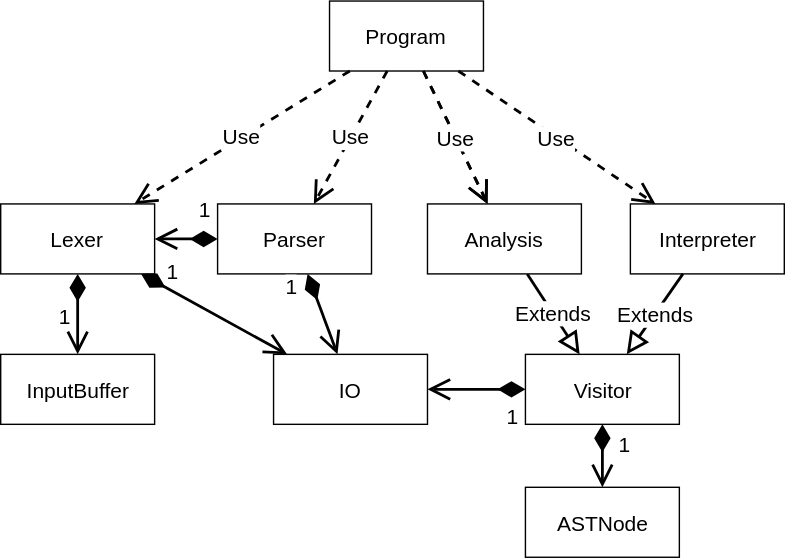
This is documents/Architecture.svg from Rochet2/compilers, a draw.io export, as it was before one commit. Source tidied: cells renumbered, new cells last; positions are measured from the earlier drawing's top-left corner, leaving out a move shared by most shapes. Source of this version:
```xml
<mxGraphModel background="#ffffff">
  <root>
    <mxCell id="0" />
    <mxCell id="1" parent="0" />
    <mxCell id="2" value="ASTNode" style="html=1;glass=0;fontSize=15;align=center;" parent="1" vertex="1">
      <mxGeometry x="375" y="347.5" width="110" height="50" as="geometry" />
    </mxCell>
    <mxCell id="3" value="Interpreter&lt;br&gt;" style="html=1;glass=0;fontSize=15;align=center;" parent="1" vertex="1">
      <mxGeometry x="450" y="145" width="110" height="50" as="geometry" />
    </mxCell>
    <mxCell id="4" value="IO&lt;br&gt;" style="html=1;glass=0;fontSize=15;align=center;" parent="1" vertex="1">
      <mxGeometry x="195" y="252.5" width="110" height="50" as="geometry" />
    </mxCell>
    <mxCell id="5" value="InputBuffer&lt;br&gt;" style="html=1;glass=0;fontSize=15;align=center;" parent="1" vertex="1">
      <mxGeometry y="252.5" width="110" height="50" as="geometry" />
    </mxCell>
    <mxCell id="6" value="Lexer&lt;br&gt;" style="html=1;glass=0;fontSize=15;align=center;" parent="1" vertex="1">
      <mxGeometry y="145" width="110" height="50" as="geometry" />
    </mxCell>
    <mxCell id="7" value="Parser&lt;br&gt;" style="html=1;glass=0;fontSize=15;align=center;" parent="1" vertex="1">
      <mxGeometry x="155" y="145" width="110" height="50" as="geometry" />
    </mxCell>
    <mxCell id="8" value="Visitor&lt;br&gt;" style="html=1;glass=0;fontSize=15;align=center;" parent="1" vertex="1">
      <mxGeometry x="375" y="252.5" width="110" height="50" as="geometry" />
    </mxCell>
    <mxCell id="9" value="Program&lt;br&gt;" style="html=1;glass=0;fontSize=15;align=center;" parent="1" vertex="1">
      <mxGeometry x="235" width="110" height="50" as="geometry" />
    </mxCell>
    <mxCell id="10" value="Extends" style="endArrow=block;endSize=11;endFill=0;html=1;strokeWidth=2;fontSize=15;" parent="1" edge="1" source="22" target="8">
      <mxGeometry relative="1" as="geometry" />
    </mxCell>
    <mxCell id="11" value="Extends" style="endArrow=block;endSize=11;endFill=0;html=1;strokeWidth=2;fontSize=15;" parent="1" edge="1" source="3" target="8">
      <mxGeometry relative="1" as="geometry" />
    </mxCell>
    <mxCell id="12" value="1" style="endArrow=open;html=1;endSize=12;startArrow=diamondThin;startSize=14;startFill=1;align=left;verticalAlign=bottom;strokeWidth=2;fontSize=15;" parent="1" edge="1" source="8" target="4">
      <mxGeometry x="-0.57" y="30" relative="1" as="geometry" />
    </mxCell>
    <mxCell id="13" value="1" style="endArrow=open;html=1;endSize=12;startArrow=diamondThin;startSize=14;startFill=1;align=left;verticalAlign=bottom;strokeWidth=2;fontSize=15;" parent="1" edge="1" source="8" target="2">
      <mxGeometry x="0.11" y="10" relative="1" as="geometry" />
    </mxCell>
    <mxCell id="14" value="1" style="endArrow=open;html=1;endSize=12;startArrow=diamondThin;startSize=14;startFill=1;align=left;verticalAlign=bottom;strokeWidth=2;fontSize=15;" parent="1" edge="1" source="6" target="4">
      <mxGeometry x="-0.67" relative="1" as="geometry" />
    </mxCell>
    <mxCell id="15" value="1" style="endArrow=open;html=1;endSize=12;startArrow=diamondThin;startSize=14;startFill=1;align=left;verticalAlign=bottom;strokeWidth=2;fontSize=15;" parent="1" edge="1" source="6" target="5">
      <mxGeometry x="0.43" y="-15" relative="1" as="geometry" />
    </mxCell>
    <mxCell id="16" value="1" style="endArrow=open;html=1;endSize=12;startArrow=diamondThin;startSize=14;startFill=1;align=left;verticalAlign=bottom;strokeWidth=2;fontSize=15;" parent="1" edge="1" source="7" target="4">
      <mxGeometry x="-0.59" y="-23" relative="1" as="geometry" />
    </mxCell>
    <mxCell id="17" value="1" style="endArrow=open;html=1;endSize=12;startArrow=diamondThin;startSize=14;startFill=1;align=left;verticalAlign=bottom;strokeWidth=2;fontSize=15;" parent="1" edge="1" source="7" target="6">
      <mxGeometry x="-0.33" y="-10" relative="1" as="geometry" />
    </mxCell>
    <mxCell id="18" value="Use" style="endArrow=open;endSize=12;dashed=1;html=1;strokeWidth=2;fontSize=15;" parent="1" edge="1" source="9" target="6">
      <mxGeometry relative="1" as="geometry" />
    </mxCell>
    <mxCell id="19" value="Use" style="endArrow=open;endSize=12;dashed=1;html=1;strokeWidth=2;fontSize=15;" parent="1" edge="1" source="9" target="7">
      <mxGeometry relative="1" as="geometry" />
    </mxCell>
    <mxCell id="20" value="Use" style="endArrow=open;endSize=12;dashed=1;html=1;strokeWidth=2;fontSize=15;" parent="1" edge="1" source="9" target="22">
      <mxGeometry relative="1" as="geometry" />
    </mxCell>
    <mxCell id="21" value="Use" style="endArrow=open;endSize=12;dashed=1;html=1;strokeWidth=2;fontSize=15;" parent="1" edge="1" source="9" target="3">
      <mxGeometry relative="1" as="geometry" />
    </mxCell>
    <mxCell id="22" value="Analysis" style="html=1;glass=0;fontSize=15;align=center;" parent="1" vertex="1">
      <mxGeometry x="305" y="145" width="110" height="50" as="geometry" />
    </mxCell>
    <mxCell id="23" value="Use" style="endArrow=open;endSize=12;dashed=1;html=1;strokeWidth=2;fontSize=15;" parent="1" edge="1" source="9" target="22">
      <mxGeometry relative="1" as="geometry" />
    </mxCell>
  </root>
</mxGraphModel>
```
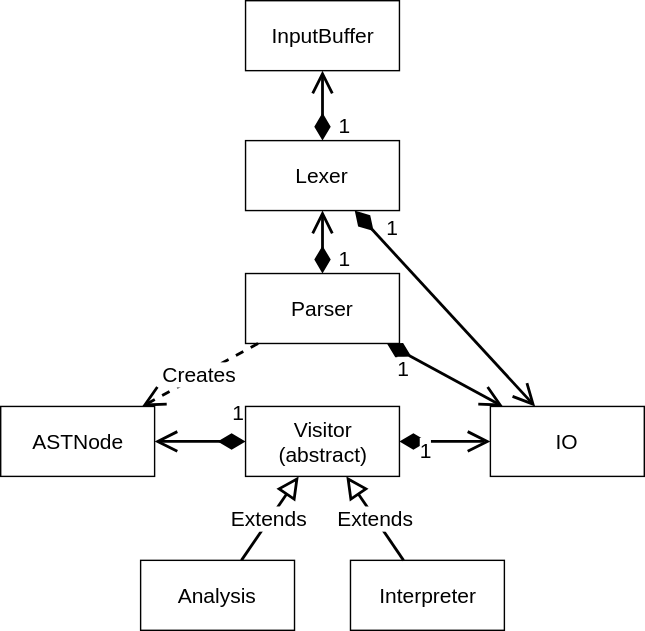
The same file after the commit.

Change to the diagram source:
```diff
@@ -3,29 +3,26 @@
     <mxCell id="0" />
     <mxCell id="1" parent="0" />
     <mxCell id="2" value="ASTNode" style="html=1;glass=0;fontSize=15;align=center;" parent="1" vertex="1">
-      <mxGeometry x="375" y="347.5" width="110" height="50" as="geometry" />
+      <mxGeometry x="-20" y="240" width="110" height="50" as="geometry" />
     </mxCell>
     <mxCell id="3" value="Interpreter&lt;br&gt;" style="html=1;glass=0;fontSize=15;align=center;" parent="1" vertex="1">
-      <mxGeometry x="450" y="145" width="110" height="50" as="geometry" />
+      <mxGeometry x="230" y="350" width="110" height="50" as="geometry" />
     </mxCell>
     <mxCell id="4" value="IO&lt;br&gt;" style="html=1;glass=0;fontSize=15;align=center;" parent="1" vertex="1">
-      <mxGeometry x="195" y="252.5" width="110" height="50" as="geometry" />
+      <mxGeometry x="330" y="240" width="110" height="50" as="geometry" />
     </mxCell>
     <mxCell id="5" value="InputBuffer&lt;br&gt;" style="html=1;glass=0;fontSize=15;align=center;" parent="1" vertex="1">
-      <mxGeometry y="252.5" width="110" height="50" as="geometry" />
+      <mxGeometry x="155" y="-50" width="110" height="50" as="geometry" />
     </mxCell>
     <mxCell id="6" value="Lexer&lt;br&gt;" style="html=1;glass=0;fontSize=15;align=center;" parent="1" vertex="1">
-      <mxGeometry y="145" width="110" height="50" as="geometry" />
+      <mxGeometry x="155" y="50" width="110" height="50" as="geometry" />
     </mxCell>
     <mxCell id="7" value="Parser&lt;br&gt;" style="html=1;glass=0;fontSize=15;align=center;" parent="1" vertex="1">
       <mxGeometry x="155" y="145" width="110" height="50" as="geometry" />
     </mxCell>
-    <mxCell id="8" value="Visitor&lt;br&gt;" style="html=1;glass=0;fontSize=15;align=center;" parent="1" vertex="1">
-      <mxGeometry x="375" y="252.5" width="110" height="50" as="geometry" />
+    <mxCell id="8" value="Visitor&lt;br&gt;(abstract)&lt;br&gt;" style="html=1;glass=0;fontSize=15;align=center;" parent="1" vertex="1">
+      <mxGeometry x="155" y="240" width="110" height="50" as="geometry" />
     </mxCell>
-    <mxCell id="9" value="Program&lt;br&gt;" style="html=1;glass=0;fontSize=15;align=center;" parent="1" vertex="1">
-      <mxGeometry x="235" width="110" height="50" as="geometry" />
-    </mxCell>
     <mxCell id="10" value="Extends" style="endArrow=block;endSize=11;endFill=0;html=1;strokeWidth=2;fontSize=15;" parent="1" edge="1" source="22" target="8">
       <mxGeometry relative="1" as="geometry" />
     </mxCell>
@@ -33,40 +30,28 @@
       <mxGeometry relative="1" as="geometry" />
     </mxCell>
     <mxCell id="12" value="1" style="endArrow=open;html=1;endSize=12;startArrow=diamondThin;startSize=14;startFill=1;align=left;verticalAlign=bottom;strokeWidth=2;fontSize=15;" parent="1" edge="1" source="8" target="4">
-      <mxGeometry x="-0.57" y="30" relative="1" as="geometry" />
+      <mxGeometry x="-0.61" y="-17" relative="1" as="geometry" />
     </mxCell>
     <mxCell id="13" value="1" style="endArrow=open;html=1;endSize=12;startArrow=diamondThin;startSize=14;startFill=1;align=left;verticalAlign=bottom;strokeWidth=2;fontSize=15;" parent="1" edge="1" source="8" target="2">
-      <mxGeometry x="0.11" y="10" relative="1" as="geometry" />
+      <mxGeometry x="-0.67" y="-10" relative="1" as="geometry" />
     </mxCell>
     <mxCell id="14" value="1" style="endArrow=open;html=1;endSize=12;startArrow=diamondThin;startSize=14;startFill=1;align=left;verticalAlign=bottom;strokeWidth=2;fontSize=15;" parent="1" edge="1" source="6" target="4">
       <mxGeometry x="-0.67" relative="1" as="geometry" />
     </mxCell>
     <mxCell id="15" value="1" style="endArrow=open;html=1;endSize=12;startArrow=diamondThin;startSize=14;startFill=1;align=left;verticalAlign=bottom;strokeWidth=2;fontSize=15;" parent="1" edge="1" source="6" target="5">
-      <mxGeometry x="0.43" y="-15" relative="1" as="geometry" />
+      <mxGeometry x="-1" y="-10" relative="1" as="geometry" />
     </mxCell>
     <mxCell id="16" value="1" style="endArrow=open;html=1;endSize=12;startArrow=diamondThin;startSize=14;startFill=1;align=left;verticalAlign=bottom;strokeWidth=2;fontSize=15;" parent="1" edge="1" source="7" target="4">
       <mxGeometry x="-0.59" y="-23" relative="1" as="geometry" />
     </mxCell>
     <mxCell id="17" value="1" style="endArrow=open;html=1;endSize=12;startArrow=diamondThin;startSize=14;startFill=1;align=left;verticalAlign=bottom;strokeWidth=2;fontSize=15;" parent="1" edge="1" source="7" target="6">
-      <mxGeometry x="-0.33" y="-10" relative="1" as="geometry" />
+      <mxGeometry x="-1" y="-10" relative="1" as="geometry" />
     </mxCell>
-    <mxCell id="18" value="Use" style="endArrow=open;endSize=12;dashed=1;html=1;strokeWidth=2;fontSize=15;" parent="1" edge="1" source="9" target="6">
-      <mxGeometry relative="1" as="geometry" />
-    </mxCell>
-    <mxCell id="19" value="Use" style="endArrow=open;endSize=12;dashed=1;html=1;strokeWidth=2;fontSize=15;" parent="1" edge="1" source="9" target="7">
-      <mxGeometry relative="1" as="geometry" />
-    </mxCell>
-    <mxCell id="20" value="Use" style="endArrow=open;endSize=12;dashed=1;html=1;strokeWidth=2;fontSize=15;" parent="1" edge="1" source="9" target="22">
-      <mxGeometry relative="1" as="geometry" />
-    </mxCell>
-    <mxCell id="21" value="Use" style="endArrow=open;endSize=12;dashed=1;html=1;strokeWidth=2;fontSize=15;" parent="1" edge="1" source="9" target="3">
-      <mxGeometry relative="1" as="geometry" />
-    </mxCell>
     <mxCell id="22" value="Analysis" style="html=1;glass=0;fontSize=15;align=center;" parent="1" vertex="1">
-      <mxGeometry x="305" y="145" width="110" height="50" as="geometry" />
+      <mxGeometry x="80" y="350" width="110" height="50" as="geometry" />
     </mxCell>
-    <mxCell id="23" value="Use" style="endArrow=open;endSize=12;dashed=1;html=1;strokeWidth=2;fontSize=15;" parent="1" edge="1" source="9" target="22">
-      <mxGeometry relative="1" as="geometry" />
-    </mxCell>
+    <mxCell id="24" value="Creates&lt;br&gt;" style="endArrow=open;endSize=12;dashed=1;html=1;strokeWidth=2;fontSize=15;" parent="1" edge="1" source="7" target="2">
+      <mxGeometry relative="1" as="geometry" />
+    </mxCell>
   </root>
 </mxGraphModel>
```
